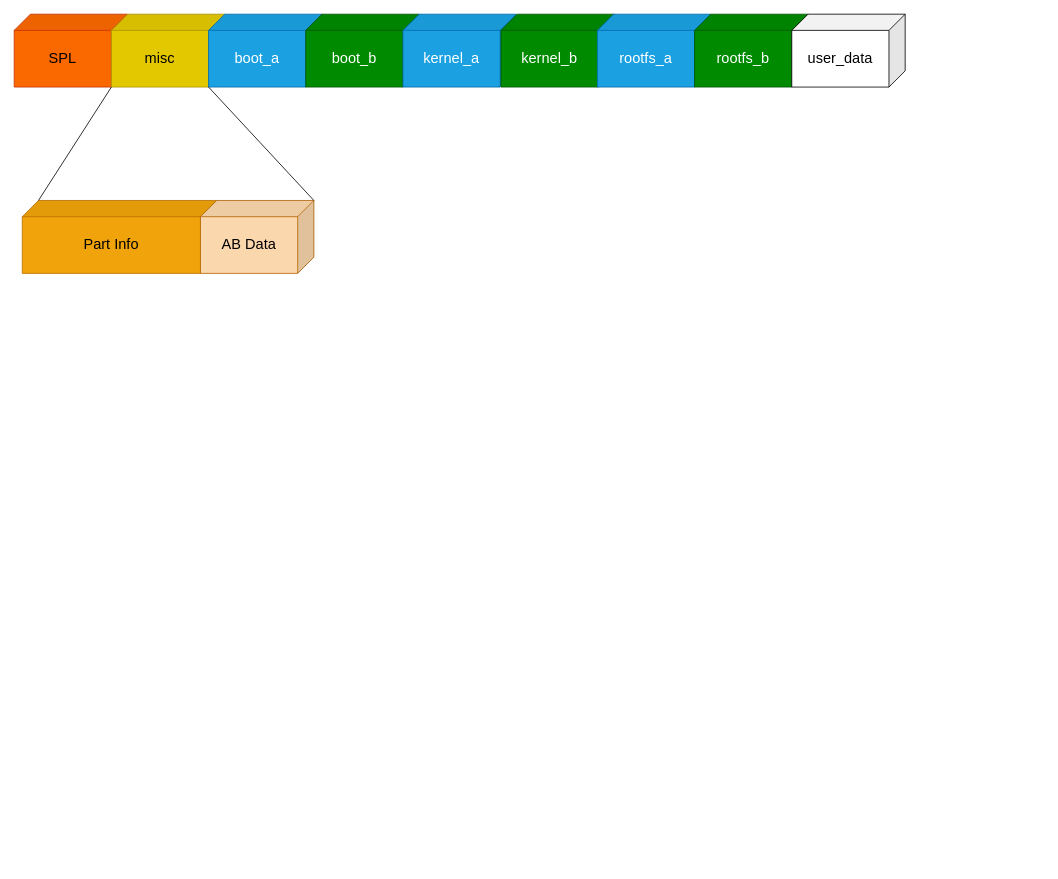
Before: page "part" (4 of 6) of AB_upgrade.drawio in joliet0l/Diagram, a draw.io diagram. Source tidied: cells renumbered, new cells numbered last; positions are measured from the earlier drawing's top-left corner, leaving out a move shared by most shapes. Both pictures are drawn from the tidied source at 81%, with x=0, y=0 at pixel (14, 14).
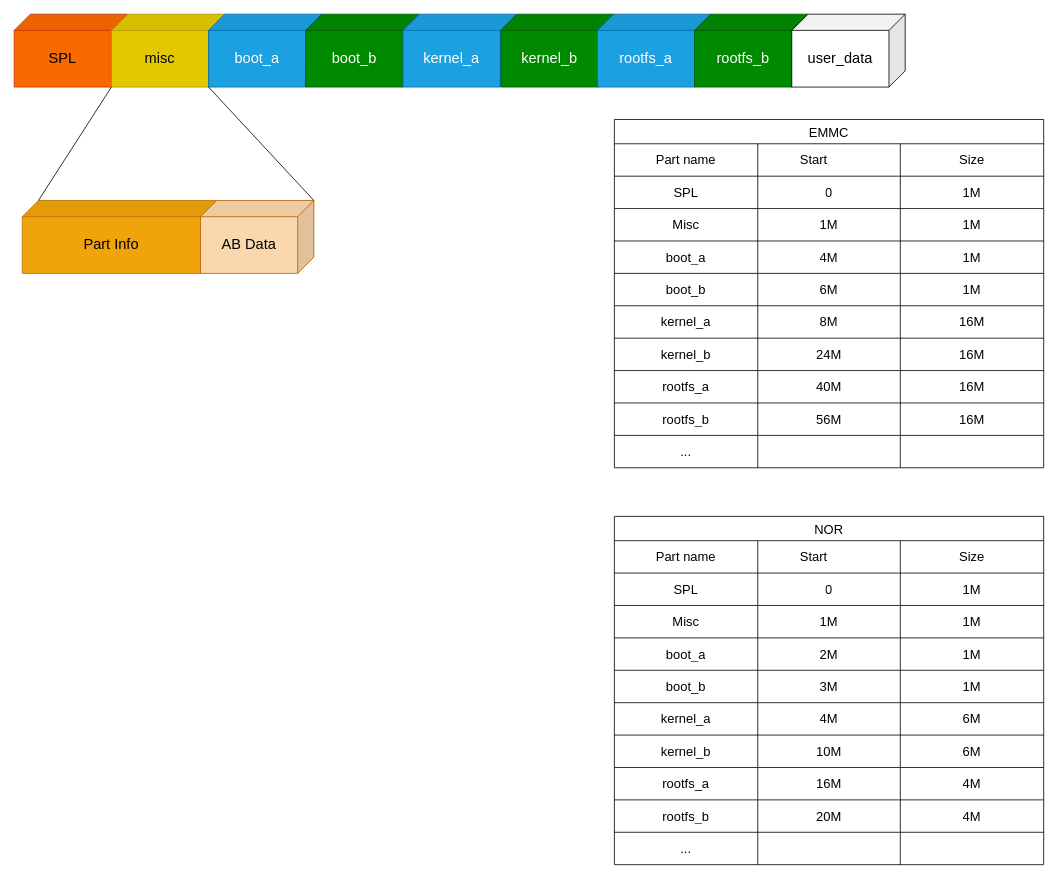
The same diagram, later.

What changed in the source:
```diff
@@
+    <mxCell id="15" value="EMMC" style="shape=table;startSize=30;childLayout=tableLayout;strokeColor=default;fontSize=16;" parent="1" vertex="1">
+      <mxGeometry x="741" y="130" width="530" height="430" as="geometry" />
+    </mxCell>
+    <mxCell id="16" style="shape=tableRow;horizontal=0;startSize=0;swimlaneHead=0;swimlaneBody=0;strokeColor=inherit;top=0;left=0;bottom=0;right=0;fillColor=none;fontSize=16;" parent="15" vertex="1">
+      <mxGeometry y="30" width="530" height="40" as="geometry" />
+    </mxCell>
+    <mxCell id="17" value="Part name" style="shape=partialRectangle;html=1;whiteSpace=wrap;strokeColor=inherit;overflow=hidden;fillColor=none;top=0;left=0;bottom=0;right=0;fontSize=16;" parent="16" vertex="1">
+      <mxGeometry width="177" height="40" as="geometry" />
+    </mxCell>
+    <mxCell id="18" value="Start&lt;span style=&quot;white-space: pre;&quot;&gt;&#9;&lt;/span&gt;" style="shape=partialRectangle;html=1;whiteSpace=wrap;strokeColor=inherit;overflow=hidden;fillColor=none;top=0;left=0;bottom=0;right=0;fontSize=16;" parent="16" vertex="1">
+      <mxGeometry x="177" width="176" height="40" as="geometry" />
+    </mxCell>
+    <mxCell id="19" value="Size" style="shape=partialRectangle;html=1;whiteSpace=wrap;strokeColor=inherit;overflow=hidden;fillColor=none;top=0;left=0;bottom=0;right=0;fontSize=16;" parent="16" vertex="1">
+      <mxGeometry x="353" width="177" height="40" as="geometry" />
+    </mxCell>
+    <mxCell id="20" style="shape=tableRow;horizontal=0;startSize=0;swimlaneHead=0;swimlaneBody=0;strokeColor=inherit;top=0;left=0;bottom=0;right=0;fillColor=none;fontSize=16;" parent="15" vertex="1">
+      <mxGeometry y="70" width="530" height="40" as="geometry" />
+    </mxCell>
+    <mxCell id="21" value="SPL" style="shape=partialRectangle;html=1;whiteSpace=wrap;strokeColor=inherit;overflow=hidden;fillColor=none;top=0;left=0;bottom=0;right=0;fontSize=16;" parent="20" vertex="1">
+      <mxGeometry width="177" height="40" as="geometry" />
+    </mxCell>
+    <mxCell id="22" value="0" style="shape=partialRectangle;html=1;whiteSpace=wrap;strokeColor=inherit;overflow=hidden;fillColor=none;top=0;left=0;bottom=0;right=0;fontSize=16;" parent="20" vertex="1">
+      <mxGeometry x="177" width="176" height="40" as="geometry" />
+    </mxCell>
+    <mxCell id="23" value="&lt;div&gt;1M&lt;/div&gt;" style="shape=partialRectangle;html=1;whiteSpace=wrap;strokeColor=inherit;overflow=hidden;fillColor=none;top=0;left=0;bottom=0;right=0;fontSize=16;" parent="20" vertex="1">
+      <mxGeometry x="353" width="177" height="40" as="geometry" />
+    </mxCell>
+    <mxCell id="24" style="shape=tableRow;horizontal=0;startSize=0;swimlaneHead=0;swimlaneBody=0;strokeColor=inherit;top=0;left=0;bottom=0;right=0;fillColor=none;fontSize=16;" parent="15" vertex="1">
+      <mxGeometry y="110" width="530" height="40" as="geometry" />
+    </mxCell>
+    <mxCell id="25" value="Misc" style="shape=partialRectangle;html=1;whiteSpace=wrap;strokeColor=inherit;overflow=hidden;fillColor=none;top=0;left=0;bottom=0;right=0;fontSize=16;" parent="24" vertex="1">
+      <mxGeometry width="177" height="40" as="geometry" />
+    </mxCell>
+    <mxCell id="26" value="1M" style="shape=partialRectangle;html=1;whiteSpace=wrap;strokeColor=inherit;overflow=hidden;fillColor=none;top=0;left=0;bottom=0;right=0;fontSize=16;" parent="24" vertex="1">
+      <mxGeometry x="177" width="176" height="40" as="geometry" />
+    </mxCell>
+    <mxCell id="27" value="1M" style="shape=partialRectangle;html=1;whiteSpace=wrap;strokeColor=inherit;overflow=hidden;fillColor=none;top=0;left=0;bottom=0;right=0;fontSize=16;" parent="24" vertex="1">
+      <mxGeometry x="353" width="177" height="40" as="geometry" />
+    </mxCell>
+    <mxCell id="28" style="shape=tableRow;horizontal=0;startSize=0;swimlaneHead=0;swimlaneBody=0;strokeColor=inherit;top=0;left=0;bottom=0;right=0;fillColor=none;fontSize=16;" parent="15" vertex="1">
+      <mxGeometry y="150" width="530" height="40" as="geometry" />
+    </mxCell>
+    <mxCell id="29" value="boot_a" style="shape=partialRectangle;html=1;whiteSpace=wrap;strokeColor=inherit;overflow=hidden;fillColor=none;top=0;left=0;bottom=0;right=0;fontSize=16;" parent="28" vertex="1">
+      <mxGeometry width="177" height="40" as="geometry" />
+    </mxCell>
+    <mxCell id="30" value="4M" style="shape=partialRectangle;html=1;whiteSpace=wrap;strokeColor=inherit;overflow=hidden;fillColor=none;top=0;left=0;bottom=0;right=0;fontSize=16;" parent="28" vertex="1">
+      <mxGeometry x="177" width="176" height="40" as="geometry" />
+    </mxCell>
+    <mxCell id="31" value="1M" style="shape=partialRectangle;html=1;whiteSpace=wrap;strokeColor=inherit;overflow=hidden;fillColor=none;top=0;left=0;bottom=0;right=0;fontSize=16;" parent="28" vertex="1">
+      <mxGeometry x="353" width="177" height="40" as="geometry" />
+    </mxCell>
+    <mxCell id="32" style="shape=tableRow;horizontal=0;startSize=0;swimlaneHead=0;swimlaneBody=0;strokeColor=inherit;top=0;left=0;bottom=0;right=0;fillColor=none;fontSize=16;" parent="15" vertex="1">
+      <mxGeometry y="190" width="530" height="40" as="geometry" />
+    </mxCell>
+    <mxCell id="33" value="boot_b" style="shape=partialRectangle;html=1;whiteSpace=wrap;strokeColor=inherit;overflow=hidden;fillColor=none;top=0;left=0;bottom=0;right=0;fontSize=16;" parent="32" vertex="1">
+      <mxGeometry width="177" height="40" as="geometry" />
+    </mxCell>
+    <mxCell id="34" value="6M" style="shape=partialRectangle;html=1;whiteSpace=wrap;strokeColor=inherit;overflow=hidden;fillColor=none;top=0;left=0;bottom=0;right=0;fontSize=16;" parent="32" vertex="1">
+      <mxGeometry x="177" width="176" height="40" as="geometry" />
+    </mxCell>
+    <mxCell id="35" value="1M" style="shape=partialRectangle;html=1;whiteSpace=wrap;strokeColor=inherit;overflow=hidden;fillColor=none;top=0;left=0;bottom=0;right=0;fontSize=16;" parent="32" vertex="1">
+      <mxGeometry x="353" width="177" height="40" as="geometry" />
+    </mxCell>
+    <mxCell id="36" style="shape=tableRow;horizontal=0;startSize=0;swimlaneHead=0;swimlaneBody=0;strokeColor=inherit;top=0;left=0;bottom=0;right=0;fillColor=none;fontSize=16;" parent="15" vertex="1">
+      <mxGeometry y="230" width="530" height="40" as="geometry" />
+    </mxCell>
+    <mxCell id="37" value="kernel_a" style="shape=partialRectangle;html=1;whiteSpace=wrap;strokeColor=inherit;overflow=hidden;fillColor=none;top=0;left=0;bottom=0;right=0;fontSize=16;" parent="36" vertex="1">
+      <mxGeometry width="177" height="40" as="geometry" />
+    </mxCell>
+    <mxCell id="38" value="8M" style="shape=partialRectangle;html=1;whiteSpace=wrap;strokeColor=inherit;overflow=hidden;fillColor=none;top=0;left=0;bottom=0;right=0;fontSize=16;" parent="36" vertex="1">
+      <mxGeometry x="177" width="176" height="40" as="geometry" />
+    </mxCell>
+    <mxCell id="39" value="16M" style="shape=partialRectangle;html=1;whiteSpace=wrap;strokeColor=inherit;overflow=hidden;fillColor=none;top=0;left=0;bottom=0;right=0;fontSize=16;" parent="36" vertex="1">
+      <mxGeometry x="353" width="177" height="40" as="geometry" />
+    </mxCell>
+    <mxCell id="40" style="shape=tableRow;horizontal=0;startSize=0;swimlaneHead=0;swimlaneBody=0;strokeColor=inherit;top=0;left=0;bottom=0;right=0;fillColor=none;fontSize=16;" parent="15" vertex="1">
+      <mxGeometry y="270" width="530" height="40" as="geometry" />
+    </mxCell>
+    <mxCell id="41" value="kernel_b" style="shape=partialRectangle;html=1;whiteSpace=wrap;strokeColor=inherit;overflow=hidden;fillColor=none;top=0;left=0;bottom=0;right=0;fontSize=16;" parent="40" vertex="1">
+      <mxGeometry width="177" height="40" as="geometry" />
+    </mxCell>
+    <mxCell id="42" value="24M" style="shape=partialRectangle;html=1;whiteSpace=wrap;strokeColor=inherit;overflow=hidden;fillColor=none;top=0;left=0;bottom=0;right=0;fontSize=16;" parent="40" vertex="1">
+      <mxGeometry x="177" width="176" height="40" as="geometry" />
+    </mxCell>
+    <mxCell id="43" value="16M" style="shape=partialRectangle;html=1;whiteSpace=wrap;strokeColor=inherit;overflow=hidden;fillColor=none;top=0;left=0;bottom=0;right=0;fontSize=16;" parent="40" vertex="1">
+      <mxGeometry x="353" width="177" height="40" as="geometry" />
+    </mxCell>
+    <mxCell id="44" style="shape=tableRow;horizontal=0;startSize=0;swimlaneHead=0;swimlaneBody=0;strokeColor=inherit;top=0;left=0;bottom=0;right=0;fillColor=none;fontSize=16;" parent="15" vertex="1">
+      <mxGeometry y="310" width="530" height="40" as="geometry" />
+    </mxCell>
+    <mxCell id="45" value="rootfs_a" style="shape=partialRectangle;html=1;whiteSpace=wrap;strokeColor=inherit;overflow=hidden;fillColor=none;top=0;left=0;bottom=0;right=0;fontSize=16;" parent="44" vertex="1">
+      <mxGeometry width="177" height="40" as="geometry" />
+    </mxCell>
+    <mxCell id="46" value="40M" style="shape=partialRectangle;html=1;whiteSpace=wrap;strokeColor=inherit;overflow=hidden;fillColor=none;top=0;left=0;bottom=0;right=0;fontSize=16;" parent="44" vertex="1">
+      <mxGeometry x="177" width="176" height="40" as="geometry" />
+    </mxCell>
+    <mxCell id="47" value="16M" style="shape=partialRectangle;html=1;whiteSpace=wrap;strokeColor=inherit;overflow=hidden;fillColor=none;top=0;left=0;bottom=0;right=0;fontSize=16;" parent="44" vertex="1">
+      <mxGeometry x="353" width="177" height="40" as="geometry" />
+    </mxCell>
+    <mxCell id="48" style="shape=tableRow;horizontal=0;startSize=0;swimlaneHead=0;swimlaneBody=0;strokeColor=inherit;top=0;left=0;bottom=0;right=0;fillColor=none;fontSize=16;" parent="15" vertex="1">
+      <mxGeometry y="350" width="530" height="40" as="geometry" />
+    </mxCell>
+    <mxCell id="49" value="rootfs_b" style="shape=partialRectangle;html=1;whiteSpace=wrap;strokeColor=inherit;overflow=hidden;fillColor=none;top=0;left=0;bottom=0;right=0;fontSize=16;" parent="48" vertex="1">
+      <mxGeometry width="177" height="40" as="geometry" />
+    </mxCell>
+    <mxCell id="50" value="56M" style="shape=partialRectangle;html=1;whiteSpace=wrap;strokeColor=inherit;overflow=hidden;fillColor=none;top=0;left=0;bottom=0;right=0;fontSize=16;" parent="48" vertex="1">
+      <mxGeometry x="177" width="176" height="40" as="geometry" />
+    </mxCell>
+    <mxCell id="51" value="16M" style="shape=partialRectangle;html=1;whiteSpace=wrap;strokeColor=inherit;overflow=hidden;fillColor=none;top=0;left=0;bottom=0;right=0;fontSize=16;" parent="48" vertex="1">
+      <mxGeometry x="353" width="177" height="40" as="geometry" />
+    </mxCell>
+    <mxCell id="52" style="shape=tableRow;horizontal=0;startSize=0;swimlaneHead=0;swimlaneBody=0;strokeColor=inherit;top=0;left=0;bottom=0;right=0;fillColor=none;fontSize=16;" parent="15" vertex="1">
+      <mxGeometry y="390" width="530" height="40" as="geometry" />
+    </mxCell>
+    <mxCell id="53" value="..." style="shape=partialRectangle;html=1;whiteSpace=wrap;strokeColor=inherit;overflow=hidden;fillColor=none;top=0;left=0;bottom=0;right=0;fontSize=16;" parent="52" vertex="1">
+      <mxGeometry width="177" height="40" as="geometry" />
+    </mxCell>
+    <mxCell id="54" style="shape=partialRectangle;html=1;whiteSpace=wrap;strokeColor=inherit;overflow=hidden;fillColor=none;top=0;left=0;bottom=0;right=0;fontSize=16;" parent="52" vertex="1">
+      <mxGeometry x="177" width="176" height="40" as="geometry" />
+    </mxCell>
+    <mxCell id="55" style="shape=partialRectangle;html=1;whiteSpace=wrap;strokeColor=inherit;overflow=hidden;fillColor=none;top=0;left=0;bottom=0;right=0;fontSize=16;" parent="52" vertex="1">
+      <mxGeometry x="353" width="177" height="40" as="geometry" />
+    </mxCell>
+    <mxCell id="56" value="NOR" style="shape=table;startSize=30;childLayout=tableLayout;strokeColor=default;fontSize=16;" parent="1" vertex="1">
+      <mxGeometry x="741" y="620" width="530" height="430" as="geometry" />
+    </mxCell>
+    <mxCell id="57" style="shape=tableRow;horizontal=0;startSize=0;swimlaneHead=0;swimlaneBody=0;strokeColor=inherit;top=0;left=0;bottom=0;right=0;fillColor=none;fontSize=16;" parent="56" vertex="1">
+      <mxGeometry y="30" width="530" height="40" as="geometry" />
+    </mxCell>
+    <mxCell id="58" value="Part name" style="shape=partialRectangle;html=1;whiteSpace=wrap;strokeColor=inherit;overflow=hidden;fillColor=none;top=0;left=0;bottom=0;right=0;fontSize=16;" parent="57" vertex="1">
+      <mxGeometry width="177" height="40" as="geometry" />
+    </mxCell>
+    <mxCell id="59" value="Start&lt;span style=&quot;white-space: pre;&quot;&gt;&#9;&lt;/span&gt;" style="shape=partialRectangle;html=1;whiteSpace=wrap;strokeColor=inherit;overflow=hidden;fillColor=none;top=0;left=0;bottom=0;right=0;fontSize=16;" parent="57" vertex="1">
+      <mxGeometry x="177" width="176" height="40" as="geometry" />
+    </mxCell>
+    <mxCell id="60" value="Size" style="shape=partialRectangle;html=1;whiteSpace=wrap;strokeColor=inherit;overflow=hidden;fillColor=none;top=0;left=0;bottom=0;right=0;fontSize=16;" parent="57" vertex="1">
+      <mxGeometry x="353" width="177" height="40" as="geometry" />
+    </mxCell>
+    <mxCell id="61" style="shape=tableRow;horizontal=0;startSize=0;swimlaneHead=0;swimlaneBody=0;strokeColor=inherit;top=0;left=0;bottom=0;right=0;fillColor=none;fontSize=16;" parent="56" vertex="1">
+      <mxGeometry y="70" width="530" height="40" as="geometry" />
+    </mxCell>
+    <mxCell id="62" value="SPL" style="shape=partialRectangle;html=1;whiteSpace=wrap;strokeColor=inherit;overflow=hidden;fillColor=none;top=0;left=0;bottom=0;right=0;fontSize=16;" parent="61" vertex="1">
+      <mxGeometry width="177" height="40" as="geometry" />
+    </mxCell>
+    <mxCell id="63" value="0" style="shape=partialRectangle;html=1;whiteSpace=wrap;strokeColor=inherit;overflow=hidden;fillColor=none;top=0;left=0;bottom=0;right=0;fontSize=16;" parent="61" vertex="1">
+      <mxGeometry x="177" width="176" height="40" as="geometry" />
+    </mxCell>
+    <mxCell id="64" value="&lt;div&gt;1M&lt;/div&gt;" style="shape=partialRectangle;html=1;whiteSpace=wrap;strokeColor=inherit;overflow=hidden;fillColor=none;top=0;left=0;bottom=0;right=0;fontSize=16;" parent="61" vertex="1">
+      <mxGeometry x="353" width="177" height="40" as="geometry" />
+    </mxCell>
+    <mxCell id="65" style="shape=tableRow;horizontal=0;startSize=0;swimlaneHead=0;swimlaneBody=0;strokeColor=inherit;top=0;left=0;bottom=0;right=0;fillColor=none;fontSize=16;" parent="56" vertex="1">
+      <mxGeometry y="110" width="530" height="40" as="geometry" />
+    </mxCell>
+    <mxCell id="66" value="Misc" style="shape=partialRectangle;html=1;whiteSpace=wrap;strokeColor=inherit;overflow=hidden;fillColor=none;top=0;left=0;bottom=0;right=0;fontSize=16;" parent="65" vertex="1">
+      <mxGeometry width="177" height="40" as="geometry" />
+    </mxCell>
+    <mxCell id="67" value="1M" style="shape=partialRectangle;html=1;whiteSpace=wrap;strokeColor=inherit;overflow=hidden;fillColor=none;top=0;left=0;bottom=0;right=0;fontSize=16;" parent="65" vertex="1">
+      <mxGeometry x="177" width="176" height="40" as="geometry" />
+    </mxCell>
+    <mxCell id="68" value="1M" style="shape=partialRectangle;html=1;whiteSpace=wrap;strokeColor=inherit;overflow=hidden;fillColor=none;top=0;left=0;bottom=0;right=0;fontSize=16;" parent="65" vertex="1">
+      <mxGeometry x="353" width="177" height="40" as="geometry" />
+    </mxCell>
+    <mxCell id="69" style="shape=tableRow;horizontal=0;startSize=0;swimlaneHead=0;swimlaneBody=0;strokeColor=inherit;top=0;left=0;bottom=0;right=0;fillColor=none;fontSize=16;" parent="56" vertex="1">
+      <mxGeometry y="150" width="530" height="40" as="geometry" />
+    </mxCell>
+    <mxCell id="70" value="boot_a" style="shape=partialRectangle;html=1;whiteSpace=wrap;strokeColor=inherit;overflow=hidden;fillColor=none;top=0;left=0;bottom=0;right=0;fontSize=16;" parent="69" vertex="1">
+      <mxGeometry width="177" height="40" as="geometry" />
+    </mxCell>
+    <mxCell id="71" value="2M" style="shape=partialRectangle;html=1;whiteSpace=wrap;strokeColor=inherit;overflow=hidden;fillColor=none;top=0;left=0;bottom=0;right=0;fontSize=16;" parent="69" vertex="1">
+      <mxGeometry x="177" width="176" height="40" as="geometry" />
+    </mxCell>
+    <mxCell id="72" value="1M" style="shape=partialRectangle;html=1;whiteSpace=wrap;strokeColor=inherit;overflow=hidden;fillColor=none;top=0;left=0;bottom=0;right=0;fontSize=16;" parent="69" vertex="1">
+      <mxGeometry x="353" width="177" height="40" as="geometry" />
+    </mxCell>
+    <mxCell id="73" style="shape=tableRow;horizontal=0;startSize=0;swimlaneHead=0;swimlaneBody=0;strokeColor=inherit;top=0;left=0;bottom=0;right=0;fillColor=none;fontSize=16;" parent="56" vertex="1">
+      <mxGeometry y="190" width="530" height="40" as="geometry" />
+    </mxCell>
+    <mxCell id="74" value="boot_b" style="shape=partialRectangle;html=1;whiteSpace=wrap;strokeColor=inherit;overflow=hidden;fillColor=none;top=0;left=0;bottom=0;right=0;fontSize=16;" parent="73" vertex="1">
+      <mxGeometry width="177" height="40" as="geometry" />
+    </mxCell>
+    <mxCell id="75" value="3M" style="shape=partialRectangle;html=1;whiteSpace=wrap;strokeColor=inherit;overflow=hidden;fillColor=none;top=0;left=0;bottom=0;right=0;fontSize=16;" parent="73" vertex="1">
+      <mxGeometry x="177" width="176" height="40" as="geometry" />
+    </mxCell>
+    <mxCell id="76" value="1M" style="shape=partialRectangle;html=1;whiteSpace=wrap;strokeColor=inherit;overflow=hidden;fillColor=none;top=0;left=0;bottom=0;right=0;fontSize=16;" parent="73" vertex="1">
+      <mxGeometry x="353" width="177" height="40" as="geometry" />
+    </mxCell>
+    <mxCell id="77" style="shape=tableRow;horizontal=0;startSize=0;swimlaneHead=0;swimlaneBody=0;strokeColor=inherit;top=0;left=0;bottom=0;right=0;fillColor=none;fontSize=16;" parent="56" vertex="1">
+      <mxGeometry y="230" width="530" height="40" as="geometry" />
+    </mxCell>
+    <mxCell id="78" value="kernel_a" style="shape=partialRectangle;html=1;whiteSpace=wrap;strokeColor=inherit;overflow=hidden;fillColor=none;top=0;left=0;bottom=0;right=0;fontSize=16;" parent="77" vertex="1">
+      <mxGeometry width="177" height="40" as="geometry" />
+    </mxCell>
+    <mxCell id="79" value="4M" style="shape=partialRectangle;html=1;whiteSpace=wrap;strokeColor=inherit;overflow=hidden;fillColor=none;top=0;left=0;bottom=0;right=0;fontSize=16;" parent="77" vertex="1">
+      <mxGeometry x="177" width="176" height="40" as="geometry" />
+    </mxCell>
+    <mxCell id="80" value="6M" style="shape=partialRectangle;html=1;whiteSpace=wrap;strokeColor=inherit;overflow=hidden;fillColor=none;top=0;left=0;bottom=0;right=0;fontSize=16;" parent="77" vertex="1">
+      <mxGeometry x="353" width="177" height="40" as="geometry" />
+    </mxCell>
+    <mxCell id="81" style="shape=tableRow;horizontal=0;startSize=0;swimlaneHead=0;swimlaneBody=0;strokeColor=inherit;top=0;left=0;bottom=0;right=0;fillColor=none;fontSize=16;" parent="56" vertex="1">
+      <mxGeometry y="270" width="530" height="40" as="geometry" />
+    </mxCell>
+    <mxCell id="82" value="kernel_b" style="shape=partialRectangle;html=1;whiteSpace=wrap;strokeColor=inherit;overflow=hidden;fillColor=none;top=0;left=0;bottom=0;right=0;fontSize=16;" parent="81" vertex="1">
+      <mxGeometry width="177" height="40" as="geometry" />
+    </mxCell>
+    <mxCell id="83" value="10M" style="shape=partialRectangle;html=1;whiteSpace=wrap;strokeColor=inherit;overflow=hidden;fillColor=none;top=0;left=0;bottom=0;right=0;fontSize=16;" parent="81" vertex="1">
+      <mxGeometry x="177" width="176" height="40" as="geometry" />
+    </mxCell>
+    <mxCell id="84" value="6M" style="shape=partialRectangle;html=1;whiteSpace=wrap;strokeColor=inherit;overflow=hidden;fillColor=none;top=0;left=0;bottom=0;right=0;fontSize=16;" parent="81" vertex="1">
+      <mxGeometry x="353" width="177" height="40" as="geometry" />
+    </mxCell>
+    <mxCell id="85" style="shape=tableRow;horizontal=0;startSize=0;swimlaneHead=0;swimlaneBody=0;strokeColor=inherit;top=0;left=0;bottom=0;right=0;fillColor=none;fontSize=16;" parent="56" vertex="1">
+      <mxGeometry y="310" width="530" height="40" as="geometry" />
+    </mxCell>
+    <mxCell id="86" value="rootfs_a" style="shape=partialRectangle;html=1;whiteSpace=wrap;strokeColor=inherit;overflow=hidden;fillColor=none;top=0;left=0;bottom=0;right=0;fontSize=16;" parent="85" vertex="1">
+      <mxGeometry width="177" height="40" as="geometry" />
+    </mxCell>
+    <mxCell id="87" value="16M" style="shape=partialRectangle;html=1;whiteSpace=wrap;strokeColor=inherit;overflow=hidden;fillColor=none;top=0;left=0;bottom=0;right=0;fontSize=16;" parent="85" vertex="1">
+      <mxGeometry x="177" width="176" height="40" as="geometry" />
+    </mxCell>
+    <mxCell id="88" value="4M" style="shape=partialRectangle;html=1;whiteSpace=wrap;strokeColor=inherit;overflow=hidden;fillColor=none;top=0;left=0;bottom=0;right=0;fontSize=16;" parent="85" vertex="1">
+      <mxGeometry x="353" width="177" height="40" as="geometry" />
+    </mxCell>
+    <mxCell id="89" style="shape=tableRow;horizontal=0;startSize=0;swimlaneHead=0;swimlaneBody=0;strokeColor=inherit;top=0;left=0;bottom=0;right=0;fillColor=none;fontSize=16;" parent="56" vertex="1">
+      <mxGeometry y="350" width="530" height="40" as="geometry" />
+    </mxCell>
+    <mxCell id="90" value="rootfs_b" style="shape=partialRectangle;html=1;whiteSpace=wrap;strokeColor=inherit;overflow=hidden;fillColor=none;top=0;left=0;bottom=0;right=0;fontSize=16;" parent="89" vertex="1">
+      <mxGeometry width="177" height="40" as="geometry" />
+    </mxCell>
+    <mxCell id="91" value="20M" style="shape=partialRectangle;html=1;whiteSpace=wrap;strokeColor=inherit;overflow=hidden;fillColor=none;top=0;left=0;bottom=0;right=0;fontSize=16;" parent="89" vertex="1">
+      <mxGeometry x="177" width="176" height="40" as="geometry" />
+    </mxCell>
+    <mxCell id="92" value="4M" style="shape=partialRectangle;html=1;whiteSpace=wrap;strokeColor=inherit;overflow=hidden;fillColor=none;top=0;left=0;bottom=0;right=0;fontSize=16;" parent="89" vertex="1">
+      <mxGeometry x="353" width="177" height="40" as="geometry" />
+    </mxCell>
+    <mxCell id="93" style="shape=tableRow;horizontal=0;startSize=0;swimlaneHead=0;swimlaneBody=0;strokeColor=inherit;top=0;left=0;bottom=0;right=0;fillColor=none;fontSize=16;" parent="56" vertex="1">
+      <mxGeometry y="390" width="530" height="40" as="geometry" />
+    </mxCell>
+    <mxCell id="94" value="..." style="shape=partialRectangle;html=1;whiteSpace=wrap;strokeColor=inherit;overflow=hidden;fillColor=none;top=0;left=0;bottom=0;right=0;fontSize=16;" parent="93" vertex="1">
+      <mxGeometry width="177" height="40" as="geometry" />
+    </mxCell>
+    <mxCell id="95" style="shape=partialRectangle;html=1;whiteSpace=wrap;strokeColor=inherit;overflow=hidden;fillColor=none;top=0;left=0;bottom=0;right=0;fontSize=16;" parent="93" vertex="1">
+      <mxGeometry x="177" width="176" height="40" as="geometry" />
+    </mxCell>
+    <mxCell id="96" style="shape=partialRectangle;html=1;whiteSpace=wrap;strokeColor=inherit;overflow=hidden;fillColor=none;top=0;left=0;bottom=0;right=0;fontSize=16;" parent="93" vertex="1">
+      <mxGeometry x="353" width="177" height="40" as="geometry" />
+    </mxCell>
```
